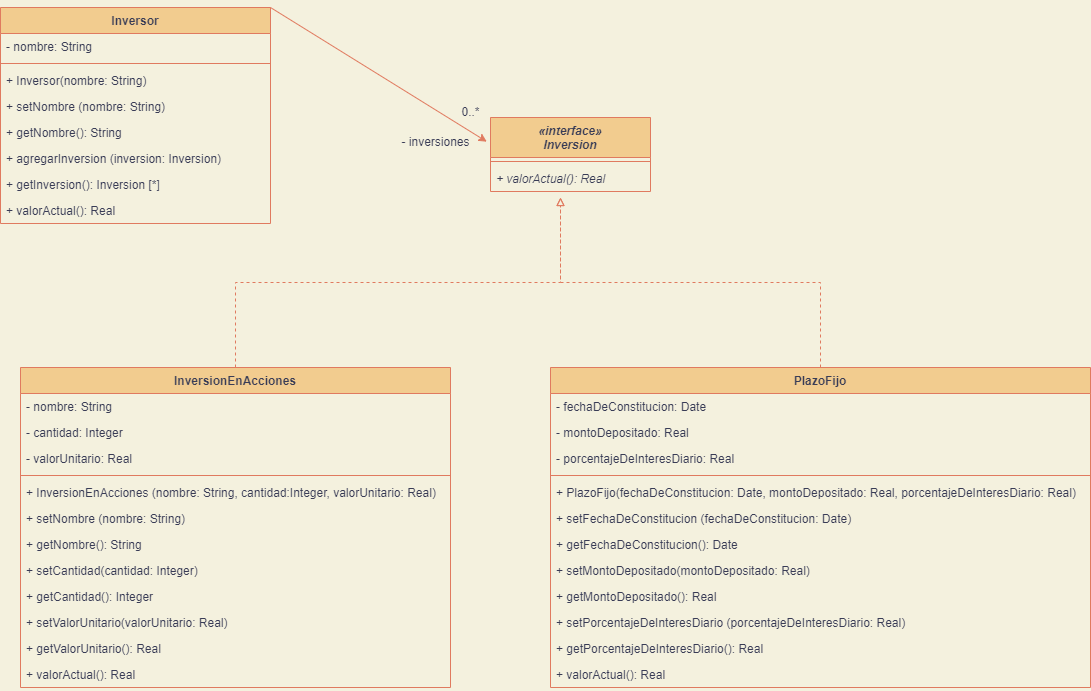
Above: PRACTICAS/UML/Ejercicio11UML.png in agusrnfr/OO1 (draw.io), before the change. Source tidied: cells renumbered, new cells last; positions are measured from the earlier drawing's top-left corner, leaving out a move shared by most shapes.
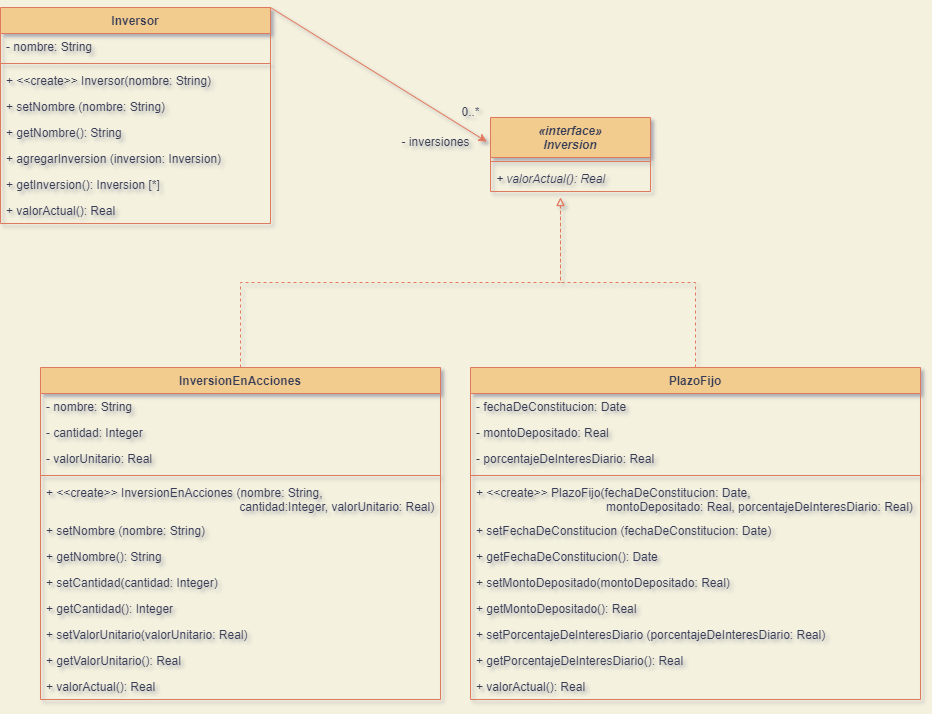
The same diagram one commit later.

What changed in the source:
```diff
@@ -1,4 +1,4 @@
-<mxGraphModel background="#F4F1DE">
+<mxGraphModel background="#F4F1DE" shadow="1">
   <root>
     <mxCell id="0" />
     <mxCell id="1" parent="0" />
@@ -11,7 +11,7 @@
     <mxCell id="4" style="line;strokeWidth=1;fillColor=none;align=left;verticalAlign=middle;spacingTop=-1;spacingLeft=3;spacingRight=3;labelPosition=right;strokeColor=#E07A5F;labelBackgroundColor=#F4F1DE;fontColor=#393C56;rounded=0;" parent="2" vertex="1">
       <mxGeometry y="52" width="270" height="8" as="geometry" />
     </mxCell>
-    <mxCell id="5" value="+ Inversor(nombre: String)" style="text;strokeColor=none;fillColor=none;align=left;verticalAlign=top;spacingLeft=4;spacingRight=4;overflow=hidden;fontColor=#393C56;rounded=0;" parent="2" vertex="1">
+    <mxCell id="5" value="+ &lt;&lt;create&gt;&gt; Inversor(nombre: String)" style="text;strokeColor=none;fillColor=none;align=left;verticalAlign=top;spacingLeft=4;spacingRight=4;overflow=hidden;fontColor=#393C56;rounded=0;" parent="2" vertex="1">
       <mxGeometry y="60" width="270" height="26" as="geometry" />
     </mxCell>
     <mxCell id="6" value="+ setNombre (nombre: String)" style="text;strokeColor=none;fillColor=none;align=left;verticalAlign=top;spacingLeft=4;spacingRight=4;overflow=hidden;fontColor=#393C56;rounded=0;" parent="2" vertex="1">
@@ -44,43 +44,43 @@
       </mxGeometry>
     </mxCell>
     <mxCell id="15" value="InversionEnAcciones" style="swimlane;fontStyle=1;align=center;verticalAlign=top;horizontal=1;startSize=26;fillColor=#F2CC8F;strokeColor=#E07A5F;fontColor=#393C56;rounded=0;" parent="1" vertex="1">
-      <mxGeometry x="20" y="360" width="430" height="320" as="geometry" />
+      <mxGeometry x="40" y="360" width="400" height="332" as="geometry" />
     </mxCell>
     <mxCell id="16" value="- nombre: String" style="text;strokeColor=none;fillColor=none;align=left;verticalAlign=top;spacingLeft=4;spacingRight=4;overflow=hidden;fontColor=#393C56;rounded=0;" parent="15" vertex="1">
-      <mxGeometry y="26" width="430" height="26" as="geometry" />
+      <mxGeometry y="26" width="400" height="26" as="geometry" />
     </mxCell>
     <mxCell id="17" value="- cantidad: Integer" style="text;strokeColor=none;fillColor=none;align=left;verticalAlign=top;spacingLeft=4;spacingRight=4;overflow=hidden;fontColor=#393C56;rounded=0;" parent="15" vertex="1">
-      <mxGeometry y="52" width="430" height="26" as="geometry" />
+      <mxGeometry y="52" width="400" height="26" as="geometry" />
     </mxCell>
     <mxCell id="18" value="- valorUnitario: Real" style="text;strokeColor=none;fillColor=none;align=left;verticalAlign=top;spacingLeft=4;spacingRight=4;overflow=hidden;fontColor=#393C56;rounded=0;" parent="15" vertex="1">
-      <mxGeometry y="78" width="430" height="26" as="geometry" />
+      <mxGeometry y="78" width="400" height="26" as="geometry" />
     </mxCell>
     <mxCell id="19" style="line;strokeWidth=1;fillColor=none;align=left;verticalAlign=middle;spacingTop=-1;spacingLeft=3;spacingRight=3;labelPosition=right;strokeColor=#E07A5F;labelBackgroundColor=#F4F1DE;fontColor=#393C56;rounded=0;" parent="15" vertex="1">
-      <mxGeometry y="104" width="430" height="8" as="geometry" />
+      <mxGeometry y="104" width="400" height="8" as="geometry" />
     </mxCell>
-    <mxCell id="20" value="+ InversionEnAcciones (nombre: String, cantidad:Integer, valorUnitario: Real)" style="text;strokeColor=none;fillColor=none;align=left;verticalAlign=top;spacingLeft=4;spacingRight=4;overflow=hidden;fontColor=#393C56;rounded=0;" parent="15" vertex="1">
-      <mxGeometry y="112" width="430" height="26" as="geometry" />
+    <mxCell id="20" value="+ &lt;&lt;create&gt;&gt; InversionEnAcciones (nombre: String, &#10;                                                          cantidad:Integer, valorUnitario: Real)" style="text;strokeColor=none;fillColor=none;align=left;verticalAlign=top;spacingLeft=4;spacingRight=4;overflow=hidden;fontColor=#393C56;rounded=0;" parent="15" vertex="1">
+      <mxGeometry y="112" width="400" height="38" as="geometry" />
     </mxCell>
     <mxCell id="21" value="+ setNombre (nombre: String)" style="text;strokeColor=none;fillColor=none;align=left;verticalAlign=top;spacingLeft=4;spacingRight=4;overflow=hidden;fontColor=#393C56;rounded=0;" parent="15" vertex="1">
-      <mxGeometry y="138" width="430" height="26" as="geometry" />
+      <mxGeometry y="150" width="400" height="26" as="geometry" />
     </mxCell>
     <mxCell id="22" value="+ getNombre(): String" style="text;strokeColor=none;fillColor=none;align=left;verticalAlign=top;spacingLeft=4;spacingRight=4;overflow=hidden;fontColor=#393C56;rounded=0;" parent="15" vertex="1">
-      <mxGeometry y="164" width="430" height="26" as="geometry" />
+      <mxGeometry y="176" width="400" height="26" as="geometry" />
     </mxCell>
     <mxCell id="23" value="+ setCantidad(cantidad: Integer)" style="text;strokeColor=none;fillColor=none;align=left;verticalAlign=top;spacingLeft=4;spacingRight=4;overflow=hidden;fontColor=#393C56;rounded=0;" parent="15" vertex="1">
-      <mxGeometry y="190" width="430" height="26" as="geometry" />
+      <mxGeometry y="202" width="400" height="26" as="geometry" />
     </mxCell>
     <mxCell id="24" value="+ getCantidad(): Integer" style="text;strokeColor=none;fillColor=none;align=left;verticalAlign=top;spacingLeft=4;spacingRight=4;overflow=hidden;fontColor=#393C56;rounded=0;" parent="15" vertex="1">
-      <mxGeometry y="216" width="430" height="26" as="geometry" />
+      <mxGeometry y="228" width="400" height="26" as="geometry" />
     </mxCell>
     <mxCell id="25" value="+ setValorUnitario(valorUnitario: Real)" style="text;strokeColor=none;fillColor=none;align=left;verticalAlign=top;spacingLeft=4;spacingRight=4;overflow=hidden;fontColor=#393C56;rounded=0;" parent="15" vertex="1">
-      <mxGeometry y="242" width="430" height="26" as="geometry" />
+      <mxGeometry y="254" width="400" height="26" as="geometry" />
     </mxCell>
     <mxCell id="26" value="+ getValorUnitario(): Real" style="text;strokeColor=none;fillColor=none;align=left;verticalAlign=top;spacingLeft=4;spacingRight=4;overflow=hidden;fontColor=#393C56;rounded=0;" parent="15" vertex="1">
-      <mxGeometry y="268" width="430" height="26" as="geometry" />
+      <mxGeometry y="280" width="400" height="26" as="geometry" />
     </mxCell>
     <mxCell id="27" value="+ valorActual(): Real" style="text;strokeColor=none;fillColor=none;align=left;verticalAlign=top;spacingLeft=4;spacingRight=4;overflow=hidden;fontColor=#393C56;rounded=0;" parent="15" vertex="1">
-      <mxGeometry y="294" width="430" height="26" as="geometry" />
+      <mxGeometry y="306" width="400" height="26" as="geometry" />
     </mxCell>
     <mxCell id="28" style="endArrow=classic;html=1;rounded=0;exitX=1;exitY=0;exitDx=0;exitDy=0;entryX=-0.023;entryY=0.327;entryDx=0;entryDy=0;entryPerimeter=0;labelBackgroundColor=#F4F1DE;strokeColor=#E07A5F;fontColor=#393C56;" parent="1" edge="1" source="2" target="11">
       <mxGeometry relative="1" as="geometry" />
@@ -97,43 +97,43 @@
       </mxGeometry>
     </mxCell>
     <mxCell id="32" value="PlazoFijo" style="swimlane;fontStyle=1;align=center;verticalAlign=top;horizontal=1;startSize=26;fillColor=#F2CC8F;strokeColor=#E07A5F;fontColor=#393C56;rounded=0;" parent="1" vertex="1">
-      <mxGeometry x="550" y="360" width="540" height="320" as="geometry" />
+      <mxGeometry x="470" y="360" width="450" height="332" as="geometry" />
     </mxCell>
     <mxCell id="33" value="- fechaDeConstitucion: Date" style="text;strokeColor=none;fillColor=none;align=left;verticalAlign=top;spacingLeft=4;spacingRight=4;overflow=hidden;fontColor=#393C56;rounded=0;" parent="32" vertex="1">
-      <mxGeometry y="26" width="540" height="26" as="geometry" />
+      <mxGeometry y="26" width="450" height="26" as="geometry" />
     </mxCell>
     <mxCell id="34" value="- montoDepositado: Real" style="text;strokeColor=none;fillColor=none;align=left;verticalAlign=top;spacingLeft=4;spacingRight=4;overflow=hidden;fontColor=#393C56;rounded=0;" parent="32" vertex="1">
-      <mxGeometry y="52" width="540" height="26" as="geometry" />
+      <mxGeometry y="52" width="450" height="26" as="geometry" />
     </mxCell>
     <mxCell id="35" value="- porcentajeDeInteresDiario: Real" style="text;strokeColor=none;fillColor=none;align=left;verticalAlign=top;spacingLeft=4;spacingRight=4;overflow=hidden;fontColor=#393C56;rounded=0;" parent="32" vertex="1">
-      <mxGeometry y="78" width="540" height="26" as="geometry" />
+      <mxGeometry y="78" width="450" height="26" as="geometry" />
     </mxCell>
     <mxCell id="36" style="line;strokeWidth=1;fillColor=none;align=left;verticalAlign=middle;spacingTop=-1;spacingLeft=3;spacingRight=3;labelPosition=right;strokeColor=#E07A5F;labelBackgroundColor=#F4F1DE;fontColor=#393C56;rounded=0;" parent="32" vertex="1">
-      <mxGeometry y="104" width="540" height="8" as="geometry" />
+      <mxGeometry y="104" width="450" height="8" as="geometry" />
     </mxCell>
-    <mxCell id="37" value="+ PlazoFijo(fechaDeConstitucion: Date, montoDepositado: Real, porcentajeDeInteresDiario: Real)" style="text;strokeColor=none;fillColor=none;align=left;verticalAlign=top;spacingLeft=4;spacingRight=4;overflow=hidden;fontColor=#393C56;rounded=0;" parent="32" vertex="1">
-      <mxGeometry y="112" width="540" height="26" as="geometry" />
+    <mxCell id="37" value="+ &lt;&lt;create&gt;&gt; PlazoFijo(fechaDeConstitucion: Date,     &#10;                                       montoDepositado: Real, porcentajeDeInteresDiario: Real)" style="text;strokeColor=none;fillColor=none;align=left;verticalAlign=top;spacingLeft=4;spacingRight=4;overflow=hidden;fontColor=#393C56;rounded=0;" parent="32" vertex="1">
+      <mxGeometry y="112" width="450" height="38" as="geometry" />
     </mxCell>
     <mxCell id="38" value="+ setFechaDeConstitucion (fechaDeConstitucion: Date)" style="text;strokeColor=none;fillColor=none;align=left;verticalAlign=top;spacingLeft=4;spacingRight=4;overflow=hidden;fontColor=#393C56;rounded=0;" parent="32" vertex="1">
-      <mxGeometry y="138" width="540" height="26" as="geometry" />
+      <mxGeometry y="150" width="450" height="26" as="geometry" />
     </mxCell>
     <mxCell id="39" value="+ getFechaDeConstitucion(): Date" style="text;strokeColor=none;fillColor=none;align=left;verticalAlign=top;spacingLeft=4;spacingRight=4;overflow=hidden;fontColor=#393C56;rounded=0;" parent="32" vertex="1">
-      <mxGeometry y="164" width="540" height="26" as="geometry" />
+      <mxGeometry y="176" width="450" height="26" as="geometry" />
     </mxCell>
     <mxCell id="40" value="+ setMontoDepositado(montoDepositado: Real)" style="text;strokeColor=none;fillColor=none;align=left;verticalAlign=top;spacingLeft=4;spacingRight=4;overflow=hidden;fontColor=#393C56;rounded=0;" parent="32" vertex="1">
-      <mxGeometry y="190" width="540" height="26" as="geometry" />
+      <mxGeometry y="202" width="450" height="26" as="geometry" />
     </mxCell>
     <mxCell id="41" value="+ getMontoDepositado(): Real" style="text;strokeColor=none;fillColor=none;align=left;verticalAlign=top;spacingLeft=4;spacingRight=4;overflow=hidden;fontColor=#393C56;rounded=0;" parent="32" vertex="1">
-      <mxGeometry y="216" width="540" height="26" as="geometry" />
+      <mxGeometry y="228" width="450" height="26" as="geometry" />
     </mxCell>
     <mxCell id="42" value="+ setPorcentajeDeInteresDiario (porcentajeDeInteresDiario: Real)" style="text;strokeColor=none;fillColor=none;align=left;verticalAlign=top;spacingLeft=4;spacingRight=4;overflow=hidden;fontColor=#393C56;rounded=0;" parent="32" vertex="1">
-      <mxGeometry y="242" width="540" height="26" as="geometry" />
+      <mxGeometry y="254" width="450" height="26" as="geometry" />
     </mxCell>
     <mxCell id="43" value="+ getPorcentajeDeInteresDiario(): Real" style="text;strokeColor=none;fillColor=none;align=left;verticalAlign=top;spacingLeft=4;spacingRight=4;overflow=hidden;fontColor=#393C56;rounded=0;" parent="32" vertex="1">
-      <mxGeometry y="268" width="540" height="26" as="geometry" />
+      <mxGeometry y="280" width="450" height="26" as="geometry" />
     </mxCell>
     <mxCell id="44" value="+ valorActual(): Real" style="text;strokeColor=none;fillColor=none;align=left;verticalAlign=top;spacingLeft=4;spacingRight=4;overflow=hidden;fontColor=#393C56;rounded=0;" parent="32" vertex="1">
-      <mxGeometry y="294" width="540" height="26" as="geometry" />
+      <mxGeometry y="306" width="450" height="26" as="geometry" />
     </mxCell>
   </root>
 </mxGraphModel>
```
